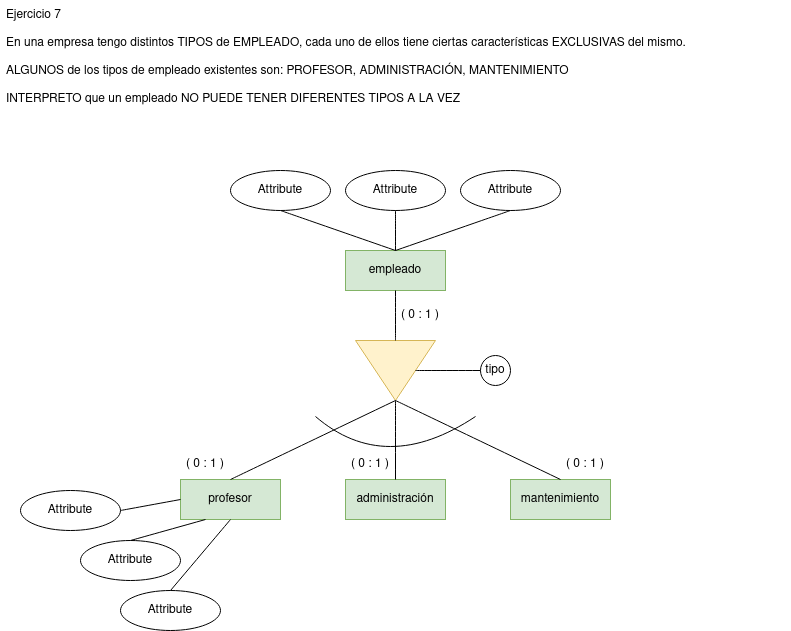
Before: tareasER/tarea7.png, a diagram exported from draw.io (javigh193/bae). Source tidied: cells renumbered, new cells last; positions are measured from the earlier drawing's top-left corner, leaving out a move shared by most shapes.
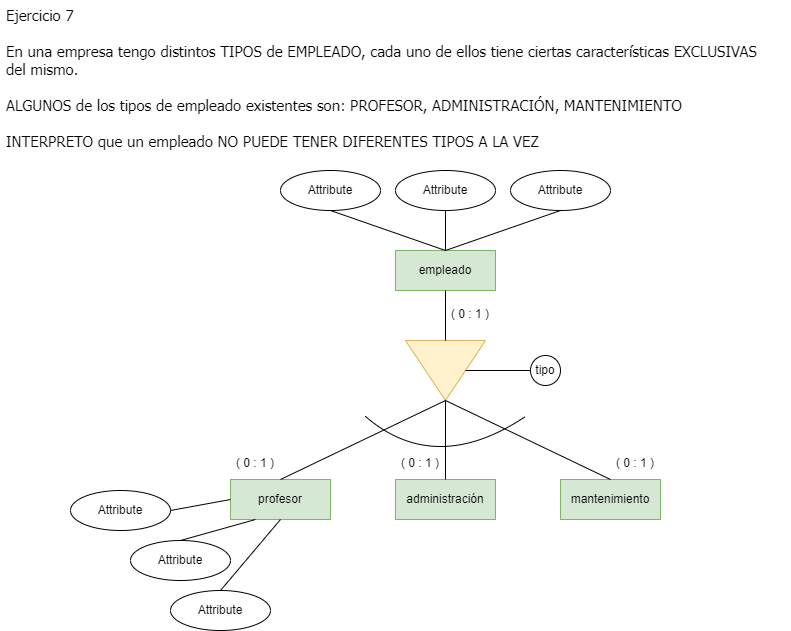
After the commit.

The edit, as a diff of the source:
```diff
@@ -2,8 +2,8 @@
   <root>
     <mxCell id="0" />
     <mxCell id="1" parent="0" />
-    <mxCell id="2" value="Ejercicio 7&#10;&#10;En una empresa tengo distintos TIPOS de EMPLEADO, cada uno de ellos tiene ciertas características EXCLUSIVAS del mismo. &#10;&#10;ALGUNOS de los tipos de empleado existentes son: PROFESOR, ADMINISTRACIÓN, MANTENIMIENTO&#10;&#10;INTERPRETO que un empleado NO PUEDE TENER DIFERENTES TIPOS A LA VEZ&#10;&#10; &#10;" style="text;strokeColor=none;fillColor=none;spacingLeft=4;spacingRight=4;overflow=hidden;fontSize=12;" parent="1" vertex="1">
-      <mxGeometry width="790" height="140" as="geometry" />
+    <mxCell id="2" value="Ejercicio 7&#10;&#10;En una empresa tengo distintos TIPOS de EMPLEADO, cada uno de ellos tiene ciertas características EXCLUSIVAS &#10;del mismo. &#10;&#10;ALGUNOS de los tipos de empleado existentes son: PROFESOR, ADMINISTRACIÓN, MANTENIMIENTO&#10;&#10;INTERPRETO que un empleado NO PUEDE TENER DIFERENTES TIPOS A LA VEZ&#10;&#10; &#10;" style="text;strokeColor=none;fillColor=none;spacingLeft=4;spacingRight=4;overflow=hidden;fontSize=15;fontFamily=Tahoma;" parent="1" vertex="1">
+      <mxGeometry x="-50" width="790" height="150" as="geometry" />
     </mxCell>
     <mxCell id="3" value="empleado" style="whiteSpace=wrap;html=1;align=center;fillColor=#d5e8d4;strokeColor=#82b366;" parent="1" vertex="1">
       <mxGeometry x="345" y="250" width="100" height="40" as="geometry" />
```
